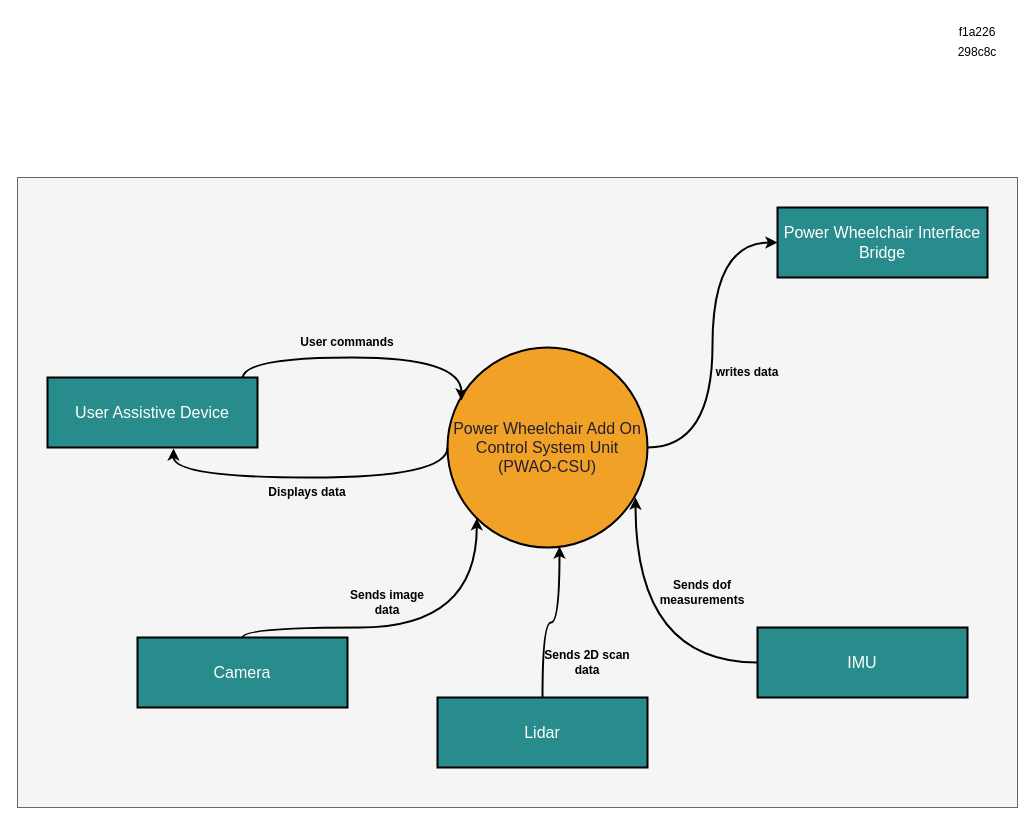
Earlier version of the draw.io diagram Diagrams/System Context.drawio (mekuro9/PWAO-CSU). Source tidied: cells renumbered, new cells numbered last; positions are measured from the earlier drawing's top-left corner, leaving out a move shared by most shapes. Both pictures are drawn from the tidied source at 100%, with x=0, y=0 at pixel (17, 17).
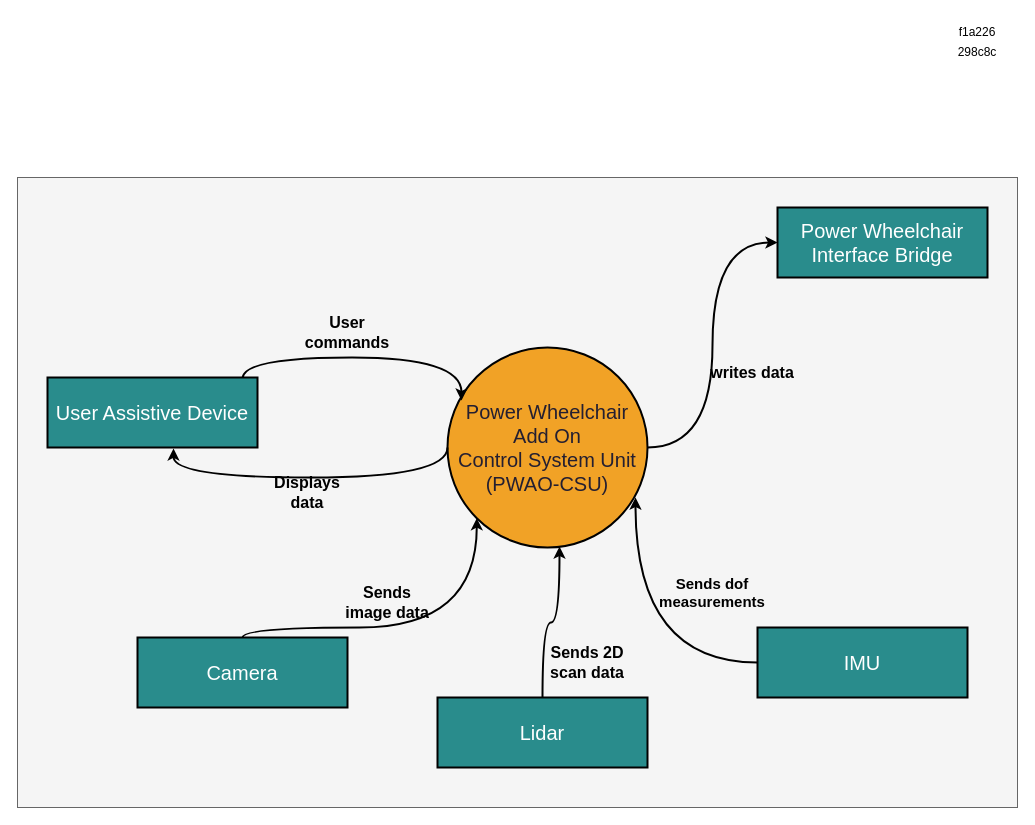
After the change.

The edit, as a diff of the source:
```diff
@@
-    <mxCell id="4" value="&lt;font color=&quot;#241f31&quot; style=&quot;font-size: 16px;&quot;&gt;Power Wheelchair Add On&lt;br&gt;Control System Unit (PWAO-CSU)&lt;/font&gt;" style="ellipse;whiteSpace=wrap;html=1;fillColor=#f1a226;strokeColor=#000000;strokeWidth=2;" parent="1" vertex="1">
+    <mxCell id="4" value="&lt;font style=&quot;font-size: 20px;&quot; color=&quot;#241f31&quot;&gt;Power Wheelchair Add On&lt;br&gt;Control System Unit (PWAO-CSU)&lt;/font&gt;" style="ellipse;whiteSpace=wrap;html=1;fillColor=#f1a226;strokeColor=#000000;strokeWidth=2;" parent="1" vertex="1">
       <mxGeometry x="430" y="330" width="200" height="200" as="geometry" />
     </mxCell>
@@
-    <mxCell id="8" value="&lt;font style=&quot;font-size: 16px;&quot; color=&quot;#ffffff&quot;&gt;User Assistive Device&lt;br&gt;&lt;/font&gt;" style="rounded=0;whiteSpace=wrap;html=1;fillColor=#298c8c;strokeWidth=2;" parent="1" vertex="1">
+    <mxCell id="8" value="&lt;font style=&quot;font-size: 20px;&quot; color=&quot;#ffffff&quot;&gt;User Assistive Device&lt;br&gt;&lt;/font&gt;" style="rounded=0;whiteSpace=wrap;html=1;fillColor=#298c8c;strokeWidth=2;" parent="1" vertex="1">
       <mxGeometry x="30" y="360" width="210" height="70" as="geometry" />
     </mxCell>
-    <mxCell id="9" value="&lt;font style=&quot;font-size: 16px;&quot; color=&quot;#ffffff&quot;&gt;IMU&lt;/font&gt;" style="rounded=0;whiteSpace=wrap;html=1;fillColor=#298c8c;strokeWidth=2;" parent="1" vertex="1">
+    <mxCell id="9" value="&lt;font style=&quot;font-size: 20px;&quot; color=&quot;#ffffff&quot;&gt;IMU&lt;/font&gt;" style="rounded=0;whiteSpace=wrap;html=1;fillColor=#298c8c;strokeWidth=2;" parent="1" vertex="1">
       <mxGeometry x="740" y="610" width="210" height="70" as="geometry" />
     </mxCell>
-    <mxCell id="10" value="&lt;font style=&quot;font-size: 16px;&quot; color=&quot;#ffffff&quot;&gt;Power Wheelchair Interface Bridge&lt;br&gt;&lt;/font&gt;" style="rounded=0;whiteSpace=wrap;html=1;fillColor=#298c8c;strokeWidth=2;" parent="1" vertex="1">
+    <mxCell id="10" value="&lt;font style=&quot;font-size: 20px;&quot; color=&quot;#ffffff&quot;&gt;Power Wheelchair Interface Bridge&lt;/font&gt;&lt;font style=&quot;font-size: 20px;&quot; color=&quot;#ffffff&quot;&gt;&lt;br&gt;&lt;/font&gt;" style="rounded=0;whiteSpace=wrap;html=1;fillColor=#298c8c;strokeWidth=2;" parent="1" vertex="1">
       <mxGeometry x="760" y="190" width="210" height="70" as="geometry" />
     </mxCell>
@@
-    <mxCell id="12" value="&lt;b&gt;User commands&lt;br&gt;&lt;/b&gt;" style="text;html=1;align=center;verticalAlign=middle;whiteSpace=wrap;rounded=0;" parent="1" vertex="1">
-      <mxGeometry x="280" y="310" width="100" height="30" as="geometry" />
+    <mxCell id="12" value="&lt;font style=&quot;font-size: 16px;&quot;&gt;&lt;b&gt;User commands&lt;br&gt;&lt;/b&gt;&lt;/font&gt;" style="text;html=1;align=center;verticalAlign=middle;whiteSpace=wrap;rounded=0;" parent="1" vertex="1">
+      <mxGeometry x="280" y="300" width="100" height="30" as="geometry" />
     </mxCell>
-    <mxCell id="13" value="&lt;b&gt;Displays data&lt;br&gt;&lt;/b&gt;" style="text;html=1;align=center;verticalAlign=middle;whiteSpace=wrap;rounded=0;" parent="1" vertex="1">
+    <mxCell id="13" value="&lt;font style=&quot;font-size: 16px;&quot;&gt;&lt;b&gt;Displays data&lt;br&gt;&lt;/b&gt;&lt;/font&gt;" style="text;html=1;align=center;verticalAlign=middle;whiteSpace=wrap;rounded=0;" parent="1" vertex="1">
       <mxGeometry x="240" y="460" width="100" height="30" as="geometry" />
     </mxCell>
-    <mxCell id="14" value="&lt;b&gt;Sends dof measurements&lt;br&gt;&lt;/b&gt;" style="text;html=1;align=center;verticalAlign=middle;whiteSpace=wrap;rounded=0;" parent="1" vertex="1">
-      <mxGeometry x="635" y="560" width="100" height="30" as="geometry" />
+    <mxCell id="14" value="&lt;font style=&quot;font-size: 15px;&quot;&gt;&lt;b&gt;Sends dof measurements&lt;br&gt;&lt;/b&gt;&lt;/font&gt;" style="text;html=1;align=center;verticalAlign=middle;whiteSpace=wrap;rounded=0;" parent="1" vertex="1">
+      <mxGeometry x="640" y="560" width="110" height="30" as="geometry" />
     </mxCell>
-    <mxCell id="15" value="&lt;b&gt;writes data&lt;br&gt;&lt;/b&gt;" style="text;html=1;align=center;verticalAlign=middle;whiteSpace=wrap;rounded=0;" parent="1" vertex="1">
-      <mxGeometry x="680" y="340" width="100" height="30" as="geometry" />
+    <mxCell id="15" value="&lt;font style=&quot;font-size: 16px;&quot;&gt;&lt;b&gt;writes data&lt;br&gt;&lt;/b&gt;&lt;/font&gt;" style="text;html=1;align=center;verticalAlign=middle;whiteSpace=wrap;rounded=0;" parent="1" vertex="1">
+      <mxGeometry x="685" y="340" width="100" height="30" as="geometry" />
     </mxCell>
-    <mxCell id="16" value="&lt;font style=&quot;font-size: 16px;&quot; color=&quot;#ffffff&quot;&gt;Lidar&lt;/font&gt;" style="rounded=0;whiteSpace=wrap;html=1;fillColor=#298c8c;strokeWidth=2;" parent="1" vertex="1">
+    <mxCell id="16" value="&lt;font style=&quot;font-size: 20px;&quot; color=&quot;#ffffff&quot;&gt;Lidar&lt;/font&gt;" style="rounded=0;whiteSpace=wrap;html=1;fillColor=#298c8c;strokeWidth=2;" parent="1" vertex="1">
       <mxGeometry x="420" y="680" width="210" height="70" as="geometry" />
     </mxCell>
@@
-    <mxCell id="18" value="&lt;font style=&quot;font-size: 16px;&quot; color=&quot;#ffffff&quot;&gt;Camera&lt;/font&gt;" style="rounded=0;whiteSpace=wrap;html=1;fillColor=#298c8c;strokeWidth=2;" parent="1" vertex="1">
+    <mxCell id="18" value="&lt;font style=&quot;font-size: 20px;&quot; color=&quot;#ffffff&quot;&gt;Camera&lt;/font&gt;" style="rounded=0;whiteSpace=wrap;html=1;fillColor=#298c8c;strokeWidth=2;" parent="1" vertex="1">
       <mxGeometry x="120" y="620" width="210" height="70" as="geometry" />
     </mxCell>
@@
-    <mxCell id="21" value="&lt;b&gt;Sends 2D scan data&lt;br&gt;&lt;/b&gt;" style="text;html=1;align=center;verticalAlign=middle;whiteSpace=wrap;rounded=0;" parent="1" vertex="1">
+    <mxCell id="21" value="&lt;font style=&quot;font-size: 16px;&quot;&gt;&lt;b&gt;Sends 2D scan data&lt;br&gt;&lt;/b&gt;&lt;/font&gt;" style="text;html=1;align=center;verticalAlign=middle;whiteSpace=wrap;rounded=0;" parent="1" vertex="1">
       <mxGeometry x="520" y="630" width="100" height="30" as="geometry" />
     </mxCell>
-    <mxCell id="22" value="&lt;b&gt;Sends image data&lt;br&gt;&lt;/b&gt;" style="text;html=1;align=center;verticalAlign=middle;whiteSpace=wrap;rounded=0;" parent="1" vertex="1">
+    <mxCell id="22" value="&lt;font style=&quot;font-size: 16px;&quot;&gt;&lt;b&gt;Sends image data&lt;br&gt;&lt;/b&gt;&lt;/font&gt;" style="text;html=1;align=center;verticalAlign=middle;whiteSpace=wrap;rounded=0;" parent="1" vertex="1">
       <mxGeometry x="320" y="570" width="100" height="30" as="geometry" />
     </mxCell>
```
